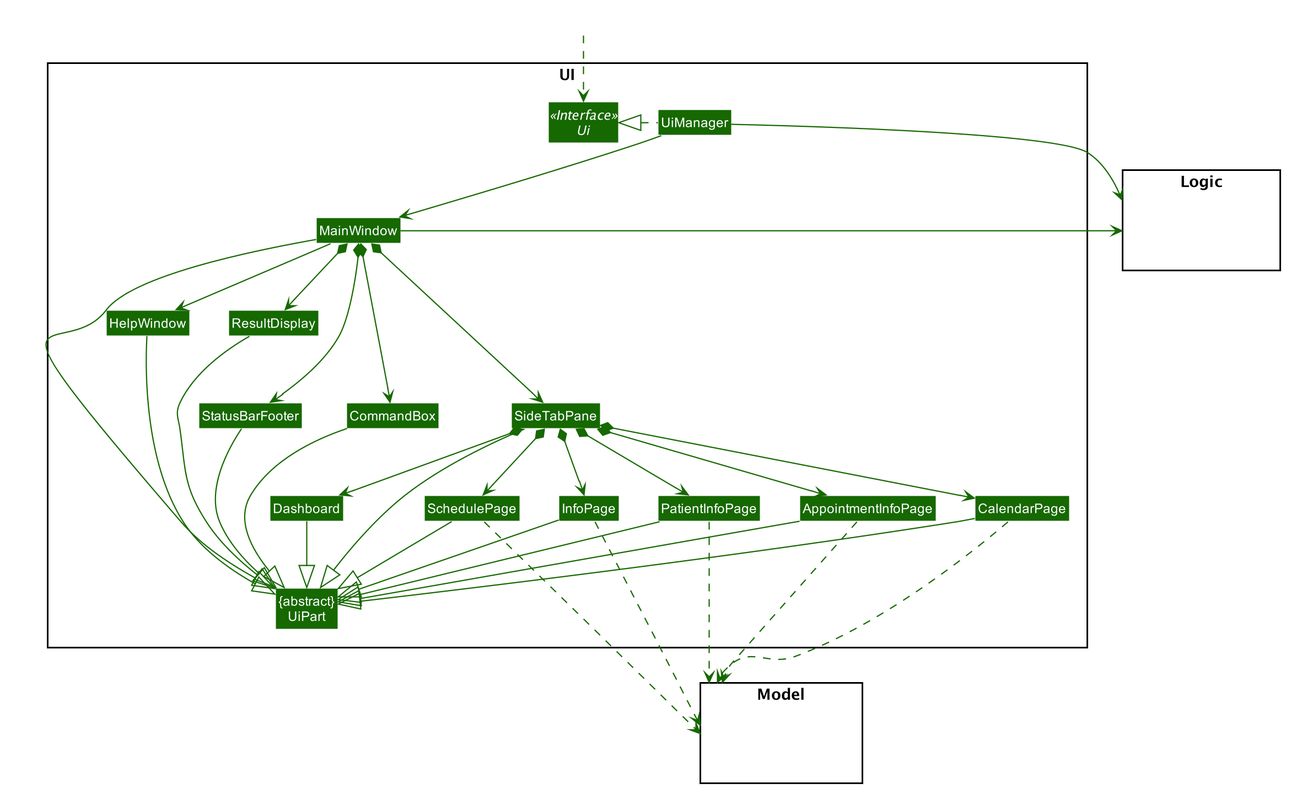
The PlantUML diagram docs/images/UiClassDiagram.png in thutahw/tp, before a commit.
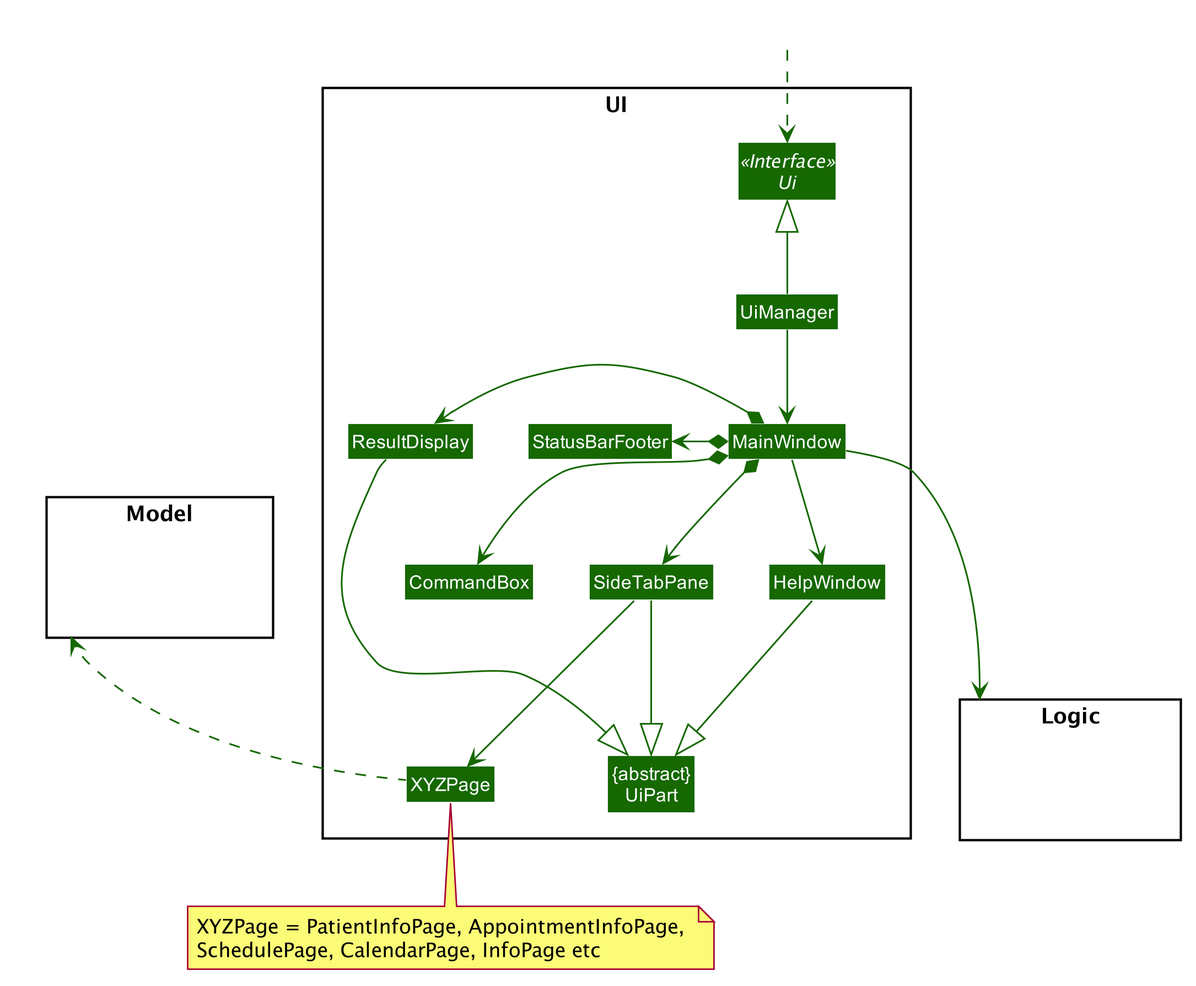
The same diagram one commit later.

Commit message:
Refactor UI class diagram for cleaner look

What changed in the source:
```diff
@@ -69,12 +69,7 @@
 Class StatusBarFooter
 Class CommandBox
 Class SideTabPane
-Class PatientInfoPage
-Class AppointmentInfoPage
-Class CalendarPage
-Class SchedulePage
-Class Dashboard
-Class InfoPage
+Class XYZPage
 }
 
 package Model <<Rectangle>> {
@@ -88,43 +83,22 @@
 Class HiddenOutside #FFFFFF
 HiddenOutside ..> Ui
 
-UiManager .left.|> Ui
-UiManager -down-> MainWindow
+Ui <|-- UiManager
+UiManager --> MainWindow
+MainWindow *--> SideTabPane
+SideTabPane --> XYZPage
 MainWindow --> HelpWindow
-MainWindow *-down-> CommandBox
-MainWindow *-down-> ResultDisplay
-MainWindow *-down-> StatusBarFooter
-MainWindow *-down--> SideTabPane
-SideTabPane *-down-> Dashboard
-SideTabPane *-down-> CalendarPage
-SideTabPane *-down-> SchedulePage
-SideTabPane *-down-> PatientInfoPage
-SideTabPane *-down-> AppointmentInfoPage
-SideTabPane *-down-> InfoPage
-
-MainWindow -left-|> UiPart
+MainWindow *-right-> ResultDisplay
+MainWindow *--> CommandBox
+MainWindow *-left-> StatusBarFooter
 
 SideTabPane --|> UiPart
+HelpWindow --|> UiPart
 ResultDisplay --|> UiPart
-CommandBox --|> UiPart
-StatusBarFooter --|> UiPart
-HelpWindow --|> UiPart
 
-Dashboard --|> UiPart
-CalendarPage --|> UiPart
-SchedulePage --|> UiPart
-PatientInfoPage --|> UiPart
-AppointmentInfoPage --|> UiPart
-InfoPage --|> UiPart
+MainWindow ---> Logic
+XYZPage .up.> Model
 
-PatientInfoPage ...> Model
-AppointmentInfoPage ...> Model
-CalendarPage ...> Model
-SchedulePage ...> Model
-InfoPage ...> Model
+note bottom of XYZPage: XYZPage = PatientInfoPage, AppointmentInfoPage, \nSchedulePage, CalendarPage, InfoPage etc
 
-UiManager -right-> Logic
-MainWindow -left-> Logic
-
-MainWindow -[hidden]-|> UiPart
 @enduml
```
